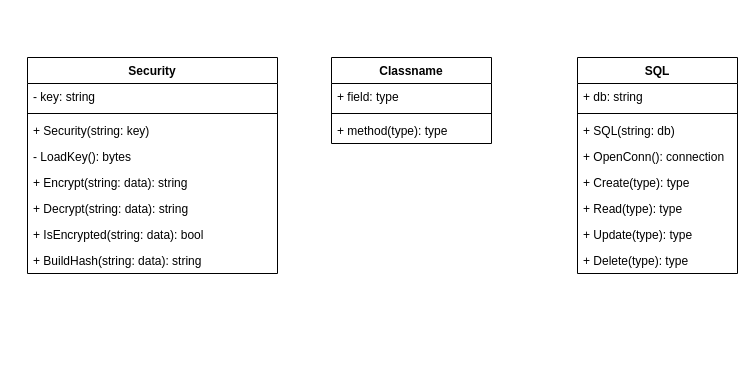
dahlhoffKevin/NumberGuessing keeps this draw.io diagram as Dokumentation/Klassendiagramm.drawio. Above is the earlier version. Source tidied: cells renumbered, new cells numbered last; positions are measured from the earlier drawing's top-left corner, leaving out a move shared by most shapes. Both pictures are drawn from the tidied source at 100%, with x=0, y=0 at pixel (27, 57).
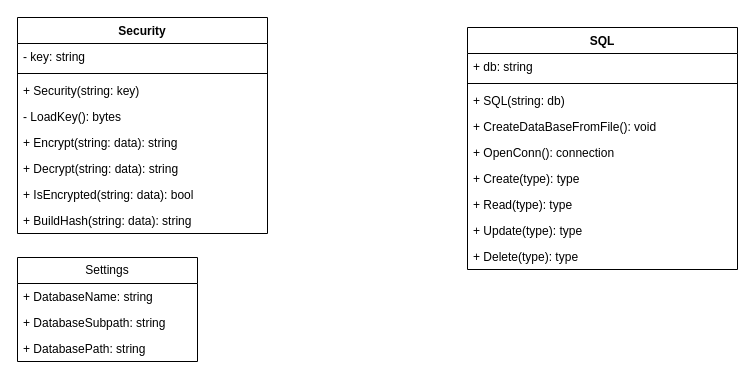
The same page after the edit.

Commit message:
class diagram

Change to the diagram source:
```diff
@@
     <mxCell id="2" value="Security" style="swimlane;fontStyle=1;align=center;verticalAlign=top;horizontal=1;startSize=26;whiteSpace=wrap;html=1;" parent="1" vertex="1">
-      <mxGeometry width="250" height="216" as="geometry" />
+      <mxGeometry x="-10" y="-40" width="250" height="216" as="geometry" />
     </mxCell>
@@
     <mxCell id="11" value="SQL" style="swimlane;fontStyle=1;align=center;verticalAlign=top;horizontal=1;startSize=26;whiteSpace=wrap;html=1;" parent="1" vertex="1">
-      <mxGeometry x="550" width="160" height="216" as="geometry" />
+      <mxGeometry x="440" y="-30" width="270" height="242" as="geometry" />
     </mxCell>
     <mxCell id="12" value="+ db: string" style="text;strokeColor=none;fillColor=none;align=left;verticalAlign=top;spacingLeft=4;spacingRight=4;overflow=hidden;whiteSpace=wrap;html=1;" parent="11" vertex="1">
-      <mxGeometry y="26" width="160" height="26" as="geometry" />
+      <mxGeometry y="26" width="270" height="26" as="geometry" />
     </mxCell>
     <mxCell id="13" style="line;strokeWidth=1;fillColor=none;align=left;verticalAlign=middle;spacingTop=-1;spacingLeft=3;spacingRight=3;labelPosition=right;strokeColor=inherit;" parent="11" vertex="1">
-      <mxGeometry y="52" width="160" height="8" as="geometry" />
+      <mxGeometry y="52" width="270" height="8" as="geometry" />
     </mxCell>
     <mxCell id="14" value="+ SQL(string: db)" style="text;strokeColor=none;fillColor=none;align=left;verticalAlign=top;spacingLeft=4;spacingRight=4;overflow=hidden;whiteSpace=wrap;html=1;" parent="11" vertex="1">
-      <mxGeometry y="60" width="160" height="26" as="geometry" />
+      <mxGeometry y="60" width="270" height="26" as="geometry" />
     </mxCell>
+    <mxCell id="24" value="+ CreateDataBaseFromFile(): void" style="text;strokeColor=none;fillColor=none;align=left;verticalAlign=top;spacingLeft=4;spacingRight=4;overflow=hidden;whiteSpace=wrap;html=1;" parent="11" vertex="1">
+      <mxGeometry y="86" width="270" height="26" as="geometry" />
+    </mxCell>
     <mxCell id="15" value="+ OpenConn(): connection" style="text;strokeColor=none;fillColor=none;align=left;verticalAlign=top;spacingLeft=4;spacingRight=4;overflow=hidden;whiteSpace=wrap;html=1;" parent="11" vertex="1">
-      <mxGeometry y="86" width="160" height="26" as="geometry" />
+      <mxGeometry y="112" width="270" height="26" as="geometry" />
     </mxCell>
     <mxCell id="16" value="+ Create(type): type" style="text;strokeColor=none;fillColor=none;align=left;verticalAlign=top;spacingLeft=4;spacingRight=4;overflow=hidden;whiteSpace=wrap;html=1;" parent="11" vertex="1">
-      <mxGeometry y="112" width="160" height="26" as="geometry" />
+      <mxGeometry y="138" width="270" height="26" as="geometry" />
     </mxCell>
     <mxCell id="17" value="+ Read(type): type" style="text;strokeColor=none;fillColor=none;align=left;verticalAlign=top;spacingLeft=4;spacingRight=4;overflow=hidden;whiteSpace=wrap;html=1;" parent="11" vertex="1">
-      <mxGeometry y="138" width="160" height="26" as="geometry" />
+      <mxGeometry y="164" width="270" height="26" as="geometry" />
     </mxCell>
     <mxCell id="18" value="+ Update(type): type" style="text;strokeColor=none;fillColor=none;align=left;verticalAlign=top;spacingLeft=4;spacingRight=4;overflow=hidden;whiteSpace=wrap;html=1;" parent="11" vertex="1">
-      <mxGeometry y="164" width="160" height="26" as="geometry" />
+      <mxGeometry y="190" width="270" height="26" as="geometry" />
     </mxCell>
     <mxCell id="19" value="+ Delete(type): type" style="text;strokeColor=none;fillColor=none;align=left;verticalAlign=top;spacingLeft=4;spacingRight=4;overflow=hidden;whiteSpace=wrap;html=1;" parent="11" vertex="1">
-      <mxGeometry y="190" width="160" height="26" as="geometry" />
+      <mxGeometry y="216" width="270" height="26" as="geometry" />
     </mxCell>
-    <mxCell id="20" value="Classname" style="swimlane;fontStyle=1;align=center;verticalAlign=top;horizontal=1;startSize=26;whiteSpace=wrap;html=1;" parent="1" vertex="1">
-      <mxGeometry x="304" width="160" height="86" as="geometry" />
-    </mxCell>
-    <mxCell id="21" value="+ field: type" style="text;strokeColor=none;fillColor=none;align=left;verticalAlign=top;spacingLeft=4;spacingRight=4;overflow=hidden;whiteSpace=wrap;html=1;" parent="20" vertex="1">
-      <mxGeometry y="26" width="160" height="26" as="geometry" />
-    </mxCell>
-    <mxCell id="22" style="line;strokeWidth=1;fillColor=none;align=left;verticalAlign=middle;spacingTop=-1;spacingLeft=3;spacingRight=3;labelPosition=right;strokeColor=inherit;" parent="20" vertex="1">
-      <mxGeometry y="52" width="160" height="8" as="geometry" />
-    </mxCell>
-    <mxCell id="23" value="+ method(type): type" style="text;strokeColor=none;fillColor=none;align=left;verticalAlign=top;spacingLeft=4;spacingRight=4;overflow=hidden;whiteSpace=wrap;html=1;" parent="20" vertex="1">
-      <mxGeometry y="60" width="160" height="26" as="geometry" />
-    </mxCell>
+    <mxCell id="25" value="Settings" style="swimlane;fontStyle=0;horizontal=1;startSize=26;fillColor=none;whiteSpace=wrap;html=1;" parent="1" vertex="1">
+      <mxGeometry x="-10" y="200" width="180" height="104" as="geometry" />
+    </mxCell>
+    <mxCell id="26" value="+ DatabaseName: string" style="text;strokeColor=none;fillColor=none;align=left;verticalAlign=top;spacingLeft=4;spacingRight=4;overflow=hidden;whiteSpace=wrap;html=1;" parent="25" vertex="1">
+      <mxGeometry y="26" width="180" height="26" as="geometry" />
+    </mxCell>
+    <mxCell id="27" value="+ DatabaseSubpath: string" style="text;strokeColor=none;fillColor=none;align=left;verticalAlign=top;spacingLeft=4;spacingRight=4;overflow=hidden;whiteSpace=wrap;html=1;" parent="25" vertex="1">
+      <mxGeometry y="52" width="180" height="26" as="geometry" />
+    </mxCell>
+    <mxCell id="28" value="+ DatabasePath: string" style="text;strokeColor=none;fillColor=none;align=left;verticalAlign=top;spacingLeft=4;spacingRight=4;overflow=hidden;whiteSpace=wrap;html=1;" parent="25" vertex="1">
+      <mxGeometry y="78" width="180" height="26" as="geometry" />
+    </mxCell>
```
